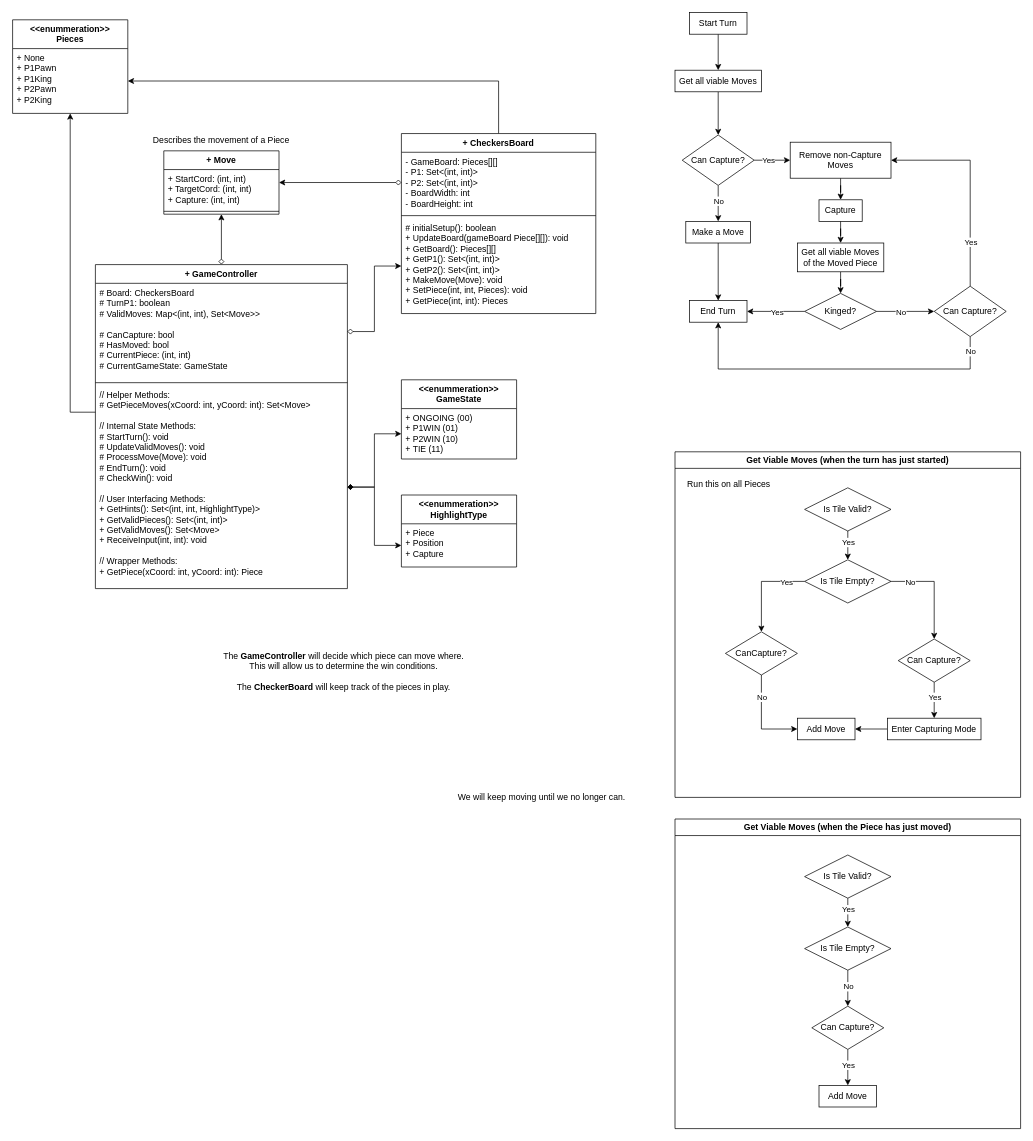
This is page "ControlFlow" (2 of 2) of checkers_class_diagram.drawio from illiteratewaffle/RetroArcade, a draw.io file, before an edit. Source tidied: cells renumbered, new cells numbered last; positions are measured from the earlier drawing's top-left corner, leaving out a move shared by most shapes. Both pictures are drawn from the tidied source at 72%, with x=0, y=0 at pixel (12, 12).
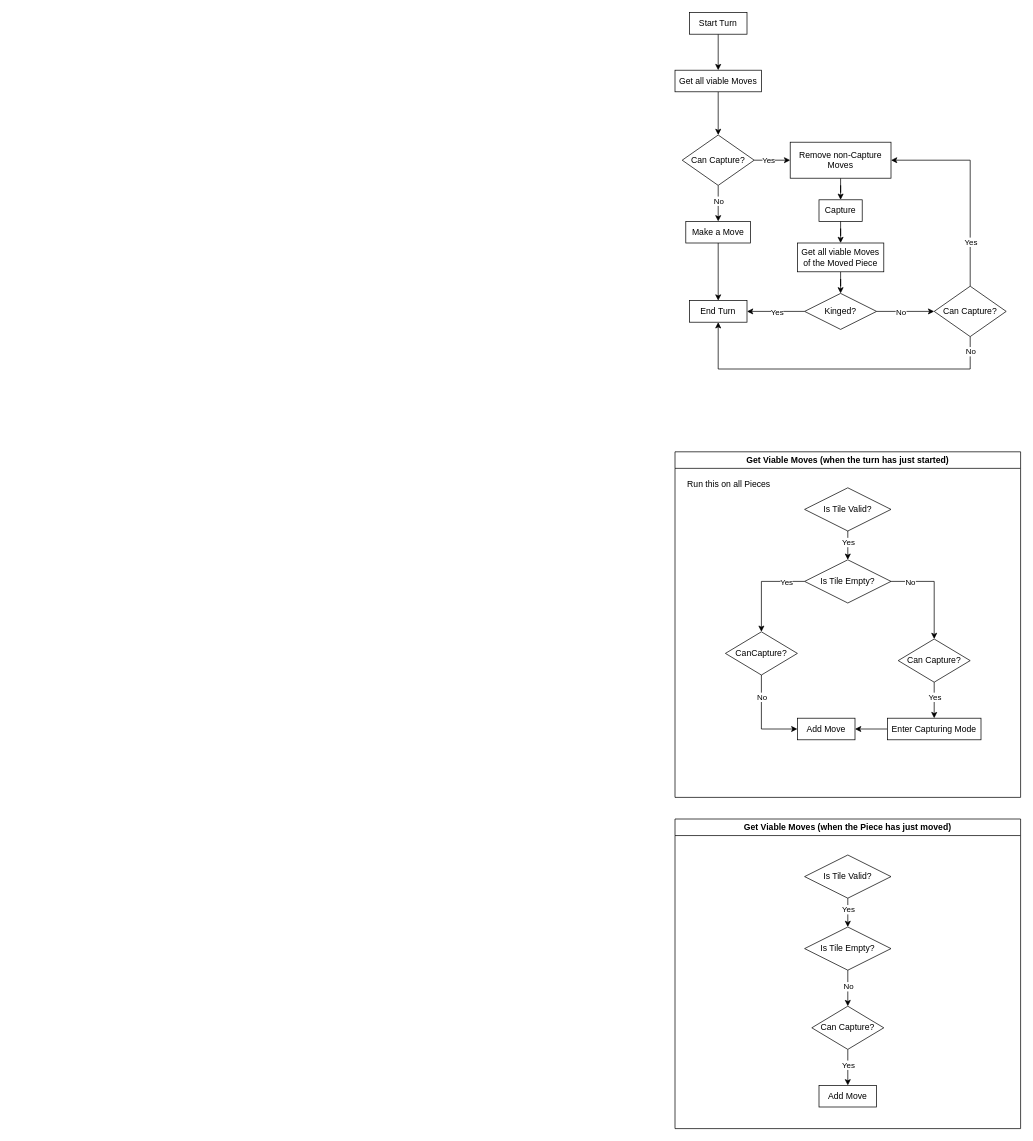
After the change.

Commit message (it also covers changes not shown here):
Changed the Checkers Class Diagram, replacing the Piece class with an enum, and moving its functionalities into the GameController class.

Change to the diagram source:
```diff
@@
-    <mxCell id="2" style="edgeStyle=orthogonalEdgeStyle;rounded=0;jettySize=auto;html=1;startArrow=diamond;startFill=0;" parent="1" edge="1" source="4" target="13">
-      <mxGeometry relative="1" as="geometry" />
-    </mxCell>
-    <mxCell id="3" style="edgeStyle=orthogonalEdgeStyle;rounded=0;jettySize=auto;html=1;" parent="1" edge="1" source="4" target="18">
-      <mxGeometry relative="1" as="geometry">
-        <Array as="points">
-          <mxPoint x="80" y="555" />
-        </Array>
-      </mxGeometry>
-    </mxCell>
-    <mxCell id="4" value="+ GameController&lt;div&gt;&lt;br&gt;&lt;/div&gt;" style="swimlane;fontStyle=1;align=center;verticalAlign=top;horizontal=1;startSize=26;whiteSpace=wrap;html=1;" parent="1" vertex="1">
-      <mxGeometry x="115" y="350" width="350" height="450" as="geometry" />
-    </mxCell>
-    <mxCell id="5" value="&lt;div&gt;&lt;span style=&quot;background-color: transparent; color: light-dark(rgb(0, 0, 0), rgb(255, 255, 255));&quot;&gt;# Board: CheckersBoard&lt;/span&gt;&lt;/div&gt;&lt;div&gt;# TurnP1: boolean&lt;/div&gt;&lt;div&gt;# ValidMoves: Map&amp;lt;(int, int), Set&amp;lt;Move&amp;gt;&amp;gt;&lt;/div&gt;&lt;div&gt;&lt;br&gt;&lt;/div&gt;&lt;div&gt;# CanCapture: bool&lt;/div&gt;&lt;div&gt;# HasMoved: bool&lt;/div&gt;&lt;div&gt;# CurrentPiece: (int, int)&lt;/div&gt;&lt;div&gt;# CurrentGameState: GameState&lt;/div&gt;" style="text;strokeColor=none;fillColor=none;align=left;verticalAlign=top;spacingLeft=4;spacingRight=4;overflow=hidden;points=[[0,0.5],[1,0.5]];portConstraint=eastwest;whiteSpace=wrap;html=1;" parent="4" vertex="1">
-      <mxGeometry y="26" width="350" height="134" as="geometry" />
-    </mxCell>
-    <mxCell id="6" style="line;strokeWidth=1;fillColor=none;align=left;verticalAlign=middle;spacingTop=-1;spacingLeft=3;spacingRight=3;labelPosition=right;strokeColor=inherit;" parent="4" vertex="1">
-      <mxGeometry y="160" width="350" height="8" as="geometry" />
-    </mxCell>
-    <mxCell id="7" value="&lt;div&gt;// Helper Methods:&lt;/div&gt;&lt;div&gt;# GetPieceMoves(xCoord: int, yCoord: int): Set&amp;lt;Move&amp;gt;&lt;/div&gt;&lt;div&gt;&lt;br&gt;&lt;/div&gt;&lt;div&gt;// Internal State Methods:&lt;/div&gt;&lt;div&gt;# StartTurn(): void&lt;/div&gt;&lt;div&gt;# UpdateValidMoves(): void&lt;/div&gt;&lt;div&gt;# ProcessMove(Move): void&lt;/div&gt;&lt;div&gt;# EndTurn(): void&lt;/div&gt;&lt;div&gt;# CheckWin(): void&lt;/div&gt;&lt;div&gt;&lt;br&gt;&lt;/div&gt;&lt;div&gt;// User Interfacing Methods:&lt;/div&gt;&lt;div&gt;+ GetHints(): Set&amp;lt;(int, int, HighlightType)&amp;gt;&lt;/div&gt;&lt;div&gt;+ GetValidPieces(): Set&amp;lt;(int, int)&amp;gt;&lt;/div&gt;+ GetValidMoves(): Set&amp;lt;Move&amp;gt;&lt;div&gt;+ ReceiveInput(int, int): void&lt;/div&gt;&lt;div&gt;&lt;br&gt;&lt;/div&gt;&lt;div&gt;// Wrapper Methods:&lt;/div&gt;&lt;div&gt;+ GetPiece(xCoord: int, yCoord: int): Piece&lt;/div&gt;" style="text;strokeColor=none;fillColor=none;align=left;verticalAlign=top;spacingLeft=4;spacingRight=4;overflow=hidden;points=[[0,0.5],[1,0.5]];portConstraint=eastwest;whiteSpace=wrap;html=1;" parent="4" vertex="1">
-      <mxGeometry y="168" width="350" height="282" as="geometry" />
-    </mxCell>
-    <mxCell id="8" style="edgeStyle=orthogonalEdgeStyle;rounded=0;jettySize=auto;html=1;" parent="1" edge="1" source="9" target="18">
-      <mxGeometry relative="1" as="geometry" />
-    </mxCell>
-    <mxCell id="9" value="&lt;div&gt;+ CheckersBoard&lt;/div&gt;&lt;div&gt;&lt;br&gt;&lt;/div&gt;" style="swimlane;fontStyle=1;align=center;verticalAlign=top;horizontal=1;startSize=26;whiteSpace=wrap;html=1;" parent="1" vertex="1">
-      <mxGeometry x="540" y="168" width="270" height="250" as="geometry" />
-    </mxCell>
-    <mxCell id="10" value="- GameBoard: Pieces[][]&lt;div&gt;- P1: Set&amp;lt;(int, int)&amp;gt;&lt;/div&gt;&lt;div&gt;- P2: Set&amp;lt;(int, int)&amp;gt;&lt;br&gt;&lt;div&gt;- BoardWidth: int&lt;/div&gt;&lt;div&gt;- BoardHeight: int&lt;/div&gt;&lt;/div&gt;" style="text;strokeColor=none;fillColor=none;align=left;verticalAlign=top;spacingLeft=4;spacingRight=4;overflow=hidden;points=[[0,0.5],[1,0.5]];portConstraint=eastwest;whiteSpace=wrap;html=1;" parent="9" vertex="1">
-      <mxGeometry y="26" width="270" height="84" as="geometry" />
-    </mxCell>
-    <mxCell id="11" style="line;strokeWidth=1;fillColor=none;align=left;verticalAlign=middle;spacingTop=-1;spacingLeft=3;spacingRight=3;labelPosition=right;strokeColor=inherit;" parent="9" vertex="1">
-      <mxGeometry y="110" width="270" height="8" as="geometry" />
-    </mxCell>
-    <mxCell id="12" value="# initialSetup(): boolean&lt;div&gt;+ Update&lt;span style=&quot;background-color: transparent; color: light-dark(rgb(0, 0, 0), rgb(255, 255, 255));&quot;&gt;Board(gameBoard Piece[][]): void&lt;/span&gt;&lt;/div&gt;&lt;div&gt;&lt;span style=&quot;background-color: transparent; color: light-dark(rgb(0, 0, 0), rgb(255, 255, 255));&quot;&gt;+ GetBoard(): Pieces[][]&lt;/span&gt;&lt;/div&gt;&lt;div&gt;&lt;span style=&quot;background-color: transparent; color: light-dark(rgb(0, 0, 0), rgb(255, 255, 255));&quot;&gt;+ GetP1(): Set&amp;lt;(int, int)&amp;gt;&lt;/span&gt;&lt;/div&gt;&lt;div&gt;&lt;span style=&quot;background-color: transparent; color: light-dark(rgb(0, 0, 0), rgb(255, 255, 255));&quot;&gt;&lt;/span&gt;&lt;/div&gt;+ GetP2(): Set&amp;lt;(int, int)&amp;gt;&lt;div&gt;+ MakeMove(Move): void&lt;/div&gt;&lt;div&gt;+ SetPiece(int, int, Pieces): void&lt;/div&gt;&lt;div&gt;+ GetPiece(int, int): Pieces&lt;/div&gt;" style="text;strokeColor=none;fillColor=none;align=left;verticalAlign=top;spacingLeft=4;spacingRight=4;overflow=hidden;points=[[0,0.5],[1,0.5]];portConstraint=eastwest;whiteSpace=wrap;html=1;" parent="9" vertex="1">
-      <mxGeometry y="118" width="270" height="132" as="geometry" />
-    </mxCell>
-    <mxCell id="13" value="+ Move" style="swimlane;fontStyle=1;align=center;verticalAlign=top;horizontal=1;startSize=26;whiteSpace=wrap;html=1;" parent="1" vertex="1">
-      <mxGeometry x="210" y="192" width="160" height="88" as="geometry" />
-    </mxCell>
-    <mxCell id="14" value="+ StartCord: (int, int)&lt;div&gt;+ TargetCord: (int, int)&lt;/div&gt;&lt;div&gt;+ Capture: (int, int)&lt;/div&gt;" style="text;strokeColor=none;fillColor=none;align=left;verticalAlign=top;spacingLeft=4;spacingRight=4;overflow=hidden;whiteSpace=wrap;html=1;" parent="13" vertex="1">
-      <mxGeometry y="26" width="160" height="54" as="geometry" />
-    </mxCell>
-    <mxCell id="15" style="line;strokeWidth=1;fillColor=none;align=left;verticalAlign=middle;spacingTop=-1;spacingLeft=3;spacingRight=3;labelPosition=right;strokeColor=inherit;" parent="13" vertex="1">
-      <mxGeometry y="80" width="160" height="8" as="geometry" />
-    </mxCell>
-    <mxCell id="16" value="Describes the movement of a Piece" style="text;html=1;align=center;verticalAlign=middle;whiteSpace=wrap;rounded=0;" parent="1" vertex="1">
-      <mxGeometry x="190" y="162" width="200" height="30" as="geometry" />
-    </mxCell>
-    <mxCell id="17" value="&lt;b&gt;&amp;lt;&amp;lt;enummeration&amp;gt;&amp;gt;&lt;/b&gt;&lt;div&gt;&lt;b&gt;Pieces&lt;/b&gt;&lt;/div&gt;" style="swimlane;fontStyle=0;horizontal=1;startSize=40;fillColor=none;whiteSpace=wrap;html=1;" parent="1" vertex="1">
-      <mxGeometry y="10" width="160" height="130" as="geometry" />
-    </mxCell>
-    <mxCell id="18" value="&lt;div&gt;+ None&lt;/div&gt;+ P1Pawn&lt;div&gt;+ P1King&lt;/div&gt;&lt;div&gt;+ P2Pawn&lt;/div&gt;&lt;div&gt;+ P2King&lt;/div&gt;&lt;div&gt;&lt;br&gt;&lt;/div&gt;" style="text;strokeColor=none;fillColor=none;align=left;verticalAlign=top;spacingLeft=4;spacingRight=4;overflow=hidden;points=[[0,0.5],[1,0.5]];portConstraint=eastwest;whiteSpace=wrap;html=1;" parent="17" vertex="1">
-      <mxGeometry y="40" width="160" height="90" as="geometry" />
-    </mxCell>
-    <mxCell id="19" value="&lt;b&gt;&amp;lt;&amp;lt;enummeration&amp;gt;&amp;gt;&lt;/b&gt;&lt;div&gt;&lt;b&gt;GameState&lt;/b&gt;&lt;/div&gt;" style="swimlane;fontStyle=0;horizontal=1;startSize=40;fillColor=none;whiteSpace=wrap;html=1;" parent="1" vertex="1">
-      <mxGeometry x="540" y="510" width="160" height="110" as="geometry" />
-    </mxCell>
-    <mxCell id="20" value="+ ONGOING (00)&lt;div&gt;+ P1WIN (01)&lt;/div&gt;&lt;div&gt;+ P2WIN (10)&lt;/div&gt;&lt;div&gt;+ TIE (11)&lt;/div&gt;" style="text;strokeColor=none;fillColor=none;align=left;verticalAlign=top;spacingLeft=4;spacingRight=4;overflow=hidden;points=[[0,0.5],[1,0.5]];portConstraint=eastwest;whiteSpace=wrap;html=1;" parent="19" vertex="1">
-      <mxGeometry y="40" width="160" height="70" as="geometry" />
-    </mxCell>
-    <mxCell id="21" style="edgeStyle=orthogonalEdgeStyle;rounded=0;jettySize=auto;html=1;startArrow=diamond;startFill=1;" parent="1" edge="1" source="7" target="20">
-      <mxGeometry relative="1" as="geometry" />
-    </mxCell>
-    <mxCell id="22" style="edgeStyle=orthogonalEdgeStyle;rounded=0;jettySize=auto;html=1;startArrow=diamond;startFill=0;" parent="1" edge="1" source="5" target="12">
-      <mxGeometry relative="1" as="geometry" />
-    </mxCell>
-    <mxCell id="23" value="The &lt;b&gt;GameController&lt;/b&gt;&amp;nbsp;will decide which piece can move where.&lt;div&gt;This will allow us to determine the win conditions.&lt;/div&gt;&lt;div&gt;&lt;br&gt;&lt;/div&gt;&lt;div&gt;The &lt;b&gt;CheckerBoard&lt;/b&gt;&amp;nbsp;will keep track of the pieces in play.&lt;/div&gt;" style="text;html=1;align=center;verticalAlign=middle;whiteSpace=wrap;rounded=0;" parent="1" vertex="1">
-      <mxGeometry x="280" y="880" width="360" height="70" as="geometry" />
-    </mxCell>
-    <mxCell id="24" style="edgeStyle=orthogonalEdgeStyle;rounded=0;jettySize=auto;html=1;startArrow=diamond;startFill=0;" parent="1" edge="1" source="10" target="13">
-      <mxGeometry relative="1" as="geometry" />
-    </mxCell>
@@
-    <mxCell id="83" value="We will keep moving until we no longer can." style="text;html=1;align=center;verticalAlign=middle;whiteSpace=wrap;rounded=0;" parent="1" vertex="1">
-      <mxGeometry x="610" y="1070" width="250" height="40" as="geometry" />
-    </mxCell>
-    <mxCell id="84" value="&lt;b&gt;&amp;lt;&amp;lt;enummeration&amp;gt;&amp;gt;&lt;/b&gt;&lt;div&gt;&lt;b&gt;HighlightType&lt;/b&gt;&lt;/div&gt;" style="swimlane;fontStyle=0;horizontal=1;startSize=40;fillColor=none;whiteSpace=wrap;html=1;" parent="1" vertex="1">
-      <mxGeometry x="540" y="670" width="160" height="100" as="geometry" />
-    </mxCell>
-    <mxCell id="85" value="+ Piece&lt;div&gt;+ Position&lt;/div&gt;&lt;div&gt;+ Capture&lt;/div&gt;" style="text;strokeColor=none;fillColor=none;align=left;verticalAlign=top;spacingLeft=4;spacingRight=4;overflow=hidden;points=[[0,0.5],[1,0.5]];portConstraint=eastwest;whiteSpace=wrap;html=1;" parent="84" vertex="1">
-      <mxGeometry y="40" width="160" height="60" as="geometry" />
-    </mxCell>
-    <mxCell id="86" style="edgeStyle=orthogonalEdgeStyle;rounded=0;jettySize=auto;html=1;startArrow=diamond;startFill=1;" parent="1" edge="1" source="7" target="85">
-      <mxGeometry relative="1" as="geometry" />
-    </mxCell>
```
